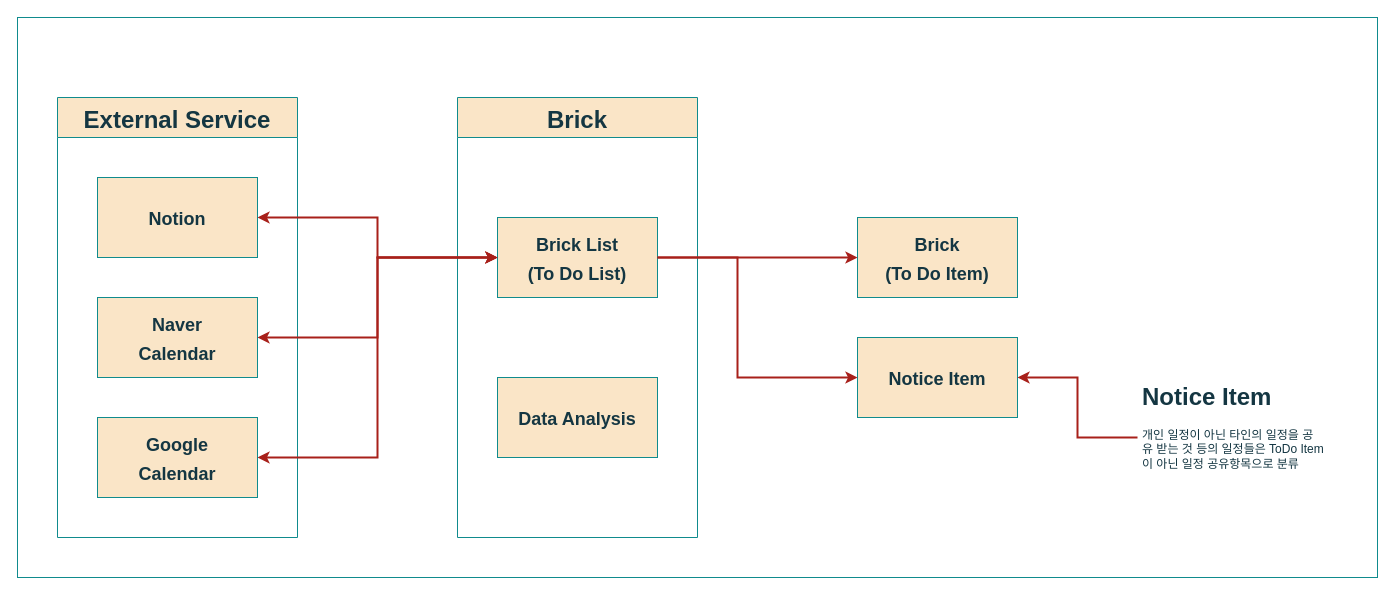
Before: page "서비스" (1 of 2) of document/BrickFlow.drawio in imimtu/Brick-Front, a draw.io diagram. Source tidied: cells renumbered, new cells numbered last; positions are measured from the earlier drawing's top-left corner, leaving out a move shared by most shapes. Both pictures are drawn from the tidied source at 100%, with x=0, y=0 at pixel (17, 17).
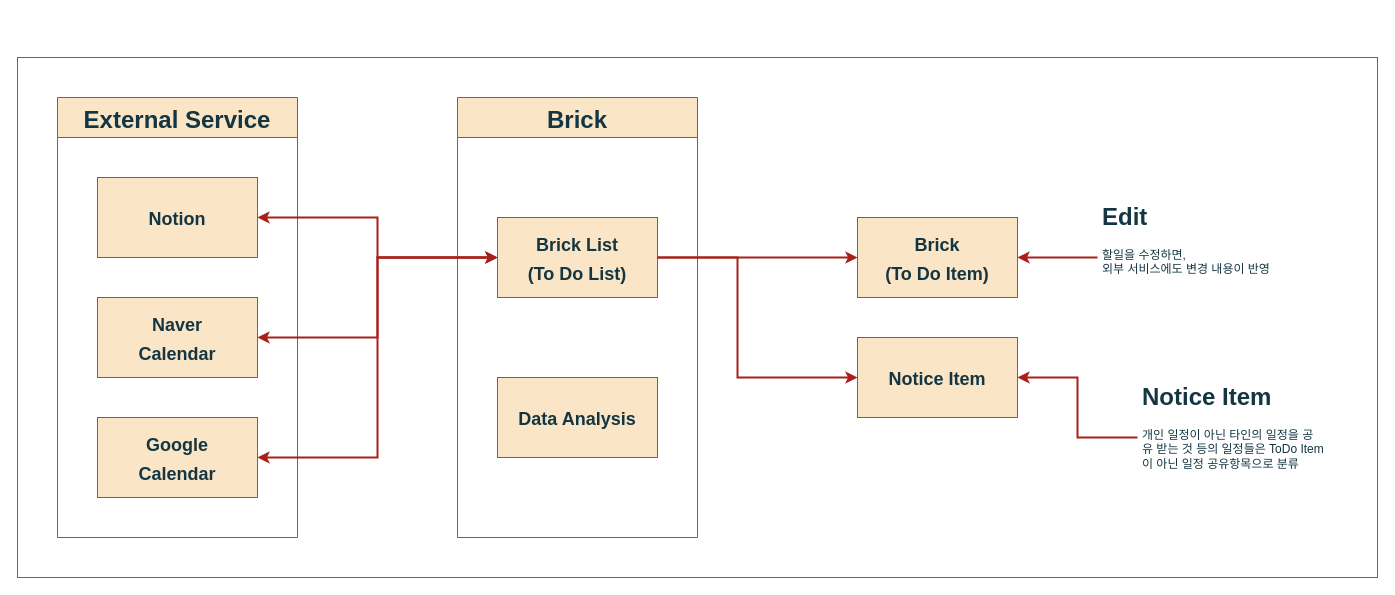
After the change.

Commit message (it also covers changes not shown here):
close #1 Flow Chart 문서 생성

Unchanged cells that the change refers to:
```xml
<mxCell id="13" value="&lt;span style=&quot;font-size: 18px;&quot;&gt;&lt;b&gt;Brick&lt;br&gt;(&lt;/b&gt;&lt;/span&gt;&lt;b&gt;&lt;font style=&quot;font-size: 18px;&quot;&gt;To Do Item)&lt;/font&gt;&lt;/b&gt;&lt;span style=&quot;font-size: 18px;&quot;&gt;&lt;b&gt;&lt;br&gt;&lt;/b&gt;&lt;/span&gt;" style="rounded=0;whiteSpace=wrap;html=1;fontSize=24;labelBackgroundColor=none;fillColor=#FAE5C7;strokeColor=#0F8B8D;fontColor=#143642;" parent="1" vertex="1">
  <mxGeometry x="840" y="200" width="160" height="80" as="geometry" />
</mxCell>
```

Change to the diagram source:
```diff
@@
     <mxCell id="2" style="rounded=0;whiteSpace=wrap;html=1;fillColor=none;labelBackgroundColor=none;strokeColor=#0F8B8D;fontColor=#143642;" parent="1" vertex="1">
-      <mxGeometry width="1360" height="560" as="geometry" />
+      <mxGeometry y="40" width="1360" height="520" as="geometry" />
     </mxCell>
@@
+    <mxCell id="19" style="edgeStyle=orthogonalEdgeStyle;rounded=0;jumpSize=6;orthogonalLoop=1;jettySize=auto;html=1;exitX=0;exitY=0.5;exitDx=0;exitDy=0;entryX=1;entryY=0.5;entryDx=0;entryDy=0;strokeWidth=2;labelBackgroundColor=none;fontColor=default;strokeColor=#A8201A;" parent="1" edge="1">
+      <mxGeometry relative="1" as="geometry">
+        <mxPoint x="1280" y="80" as="targetPoint" />
+      </mxGeometry>
+    </mxCell>
+    <mxCell id="20" style="edgeStyle=orthogonalEdgeStyle;rounded=0;jumpSize=6;jettySize=auto;html=1;exitX=0;exitY=0.5;exitDx=0;exitDy=0;entryX=1;entryY=0.5;entryDx=0;entryDy=0;strokeWidth=2;labelBackgroundColor=none;fontColor=default;strokeColor=#A8201A;" parent="1" edge="1" source="21" target="13">
+      <mxGeometry relative="1" as="geometry" />
+    </mxCell>
+    <mxCell id="21" value="&lt;h1&gt;Edit&lt;/h1&gt;&lt;div&gt;할일을 수정하면, &lt;br&gt;외부 서비스에도 변경 내용이 반영&lt;/div&gt;" style="text;html=1;strokeColor=none;fillColor=none;spacing=5;spacingTop=-20;whiteSpace=wrap;overflow=hidden;rounded=0;labelBackgroundColor=none;fontColor=#143642;" parent="1" vertex="1">
+      <mxGeometry x="1080" y="180" width="190" height="120" as="geometry" />
+    </mxCell>
```
